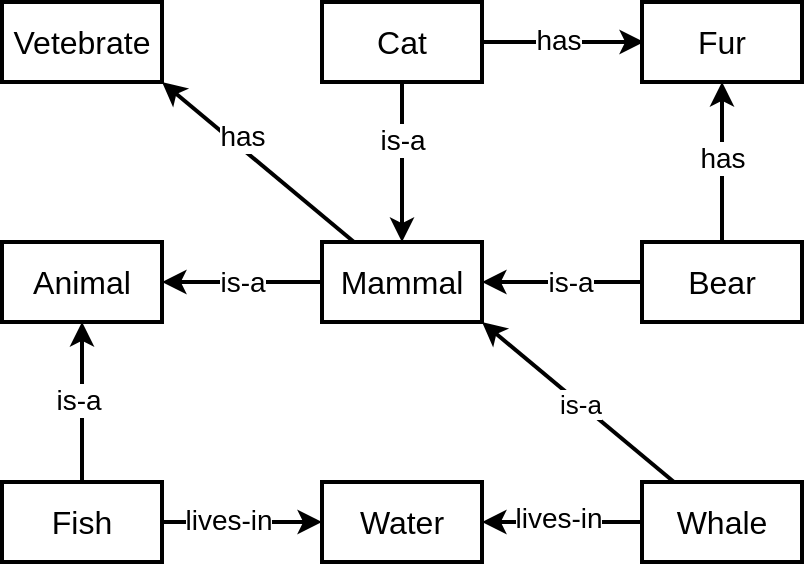
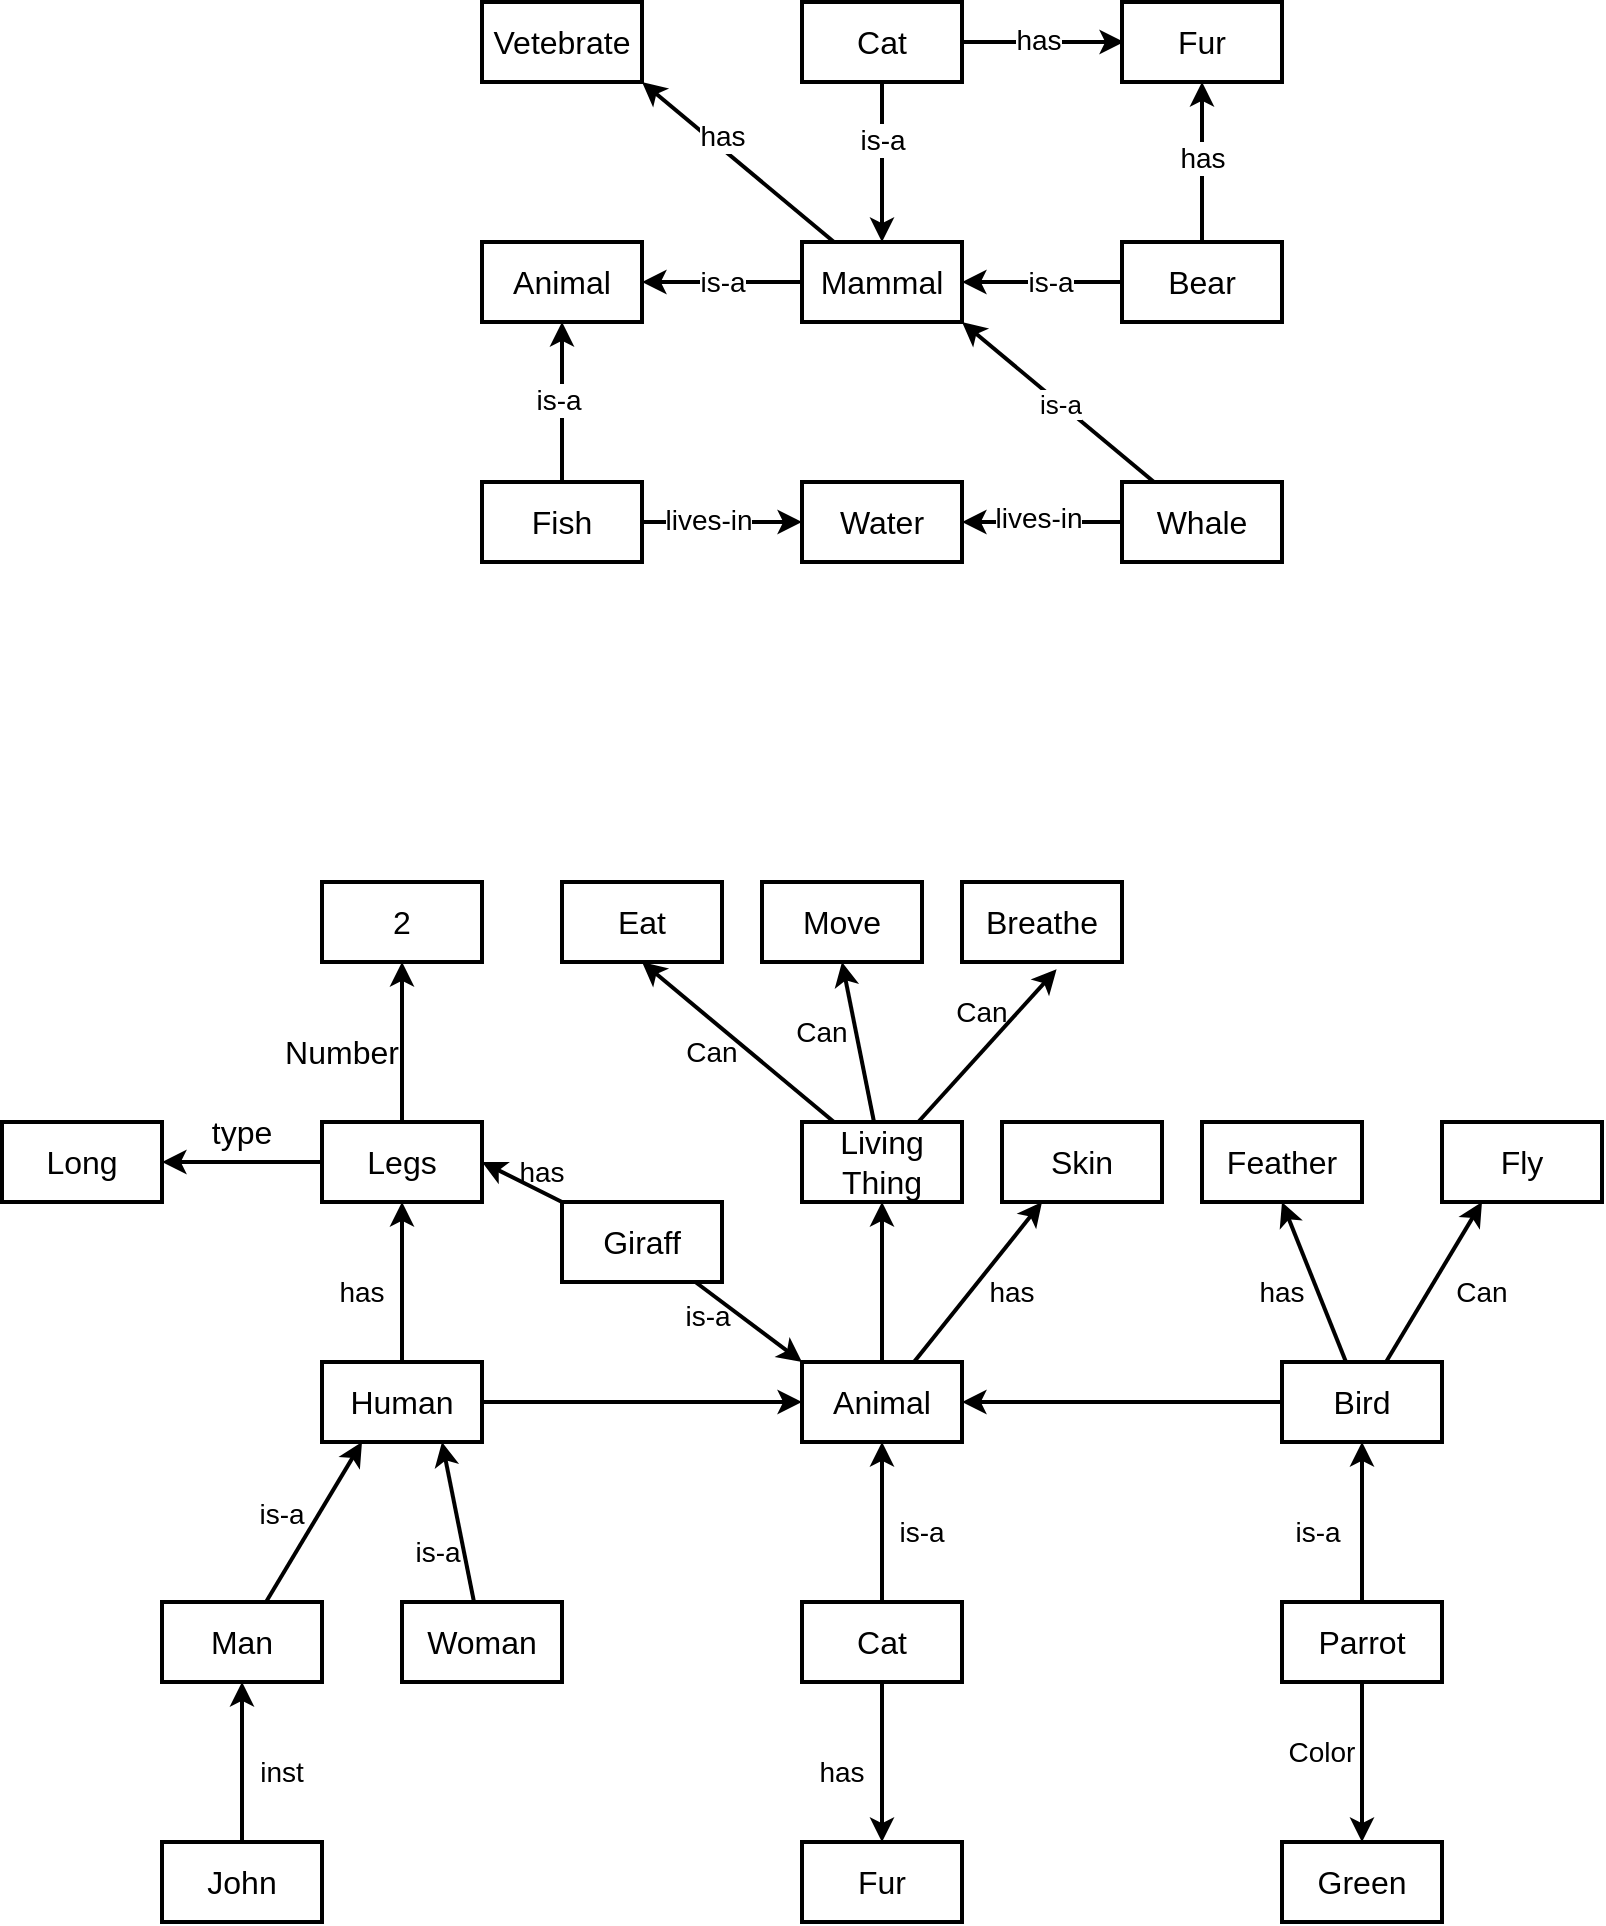
<mxfile host="app.diagrams.net">
  <diagram name="Page-1" id="zuB5N3gROvnHP3K__dKs">
-     <mxGraphModel dx="656" dy="351" grid="1" gridSize="10" guides="1" tooltips="1" connect="1" arrows="1" fold="1" page="1" pageScale="1" pageWidth="850" pageHeight="1100" math="0" shadow="0">
+     <mxGraphModel dx="1644" dy="447" grid="1" gridSize="10" guides="1" tooltips="1" connect="1" arrows="1" fold="1" page="1" pageScale="1" pageWidth="850" pageHeight="1100" math="0" shadow="0">
      <root>
        <mxCell id="0" />
        <mxCell id="1" parent="0" />
        <mxCell id="5Qmdow3gRLg8cGg29jQz-1" parent="1" style="rounded=0;whiteSpace=wrap;html=1;strokeWidth=2;fontSize=16;" value="Vetebrate" vertex="1">
          <mxGeometry height="40" width="80" x="160" y="80" as="geometry" />
        </mxCell>
        <mxCell id="5Qmdow3gRLg8cGg29jQz-3" parent="1" style="rounded=0;whiteSpace=wrap;html=1;strokeWidth=2;fontSize=16;" value="Animal" vertex="1">
          <mxGeometry height="40" width="80" x="160" y="200" as="geometry" />
        </mxCell>
        <mxCell id="5Qmdow3gRLg8cGg29jQz-14" edge="1" parent="1" source="5Qmdow3gRLg8cGg29jQz-4" style="edgeStyle=orthogonalEdgeStyle;rounded=0;orthogonalLoop=1;jettySize=auto;html=1;strokeWidth=2;" target="5Qmdow3gRLg8cGg29jQz-5" value="">
          <mxGeometry relative="1" as="geometry" />
        </mxCell>
        <mxCell id="5nBDzz2SWmlYw0HlG_0L-2" connectable="0" parent="5Qmdow3gRLg8cGg29jQz-14" style="edgeLabel;html=1;align=center;verticalAlign=middle;resizable=0;points=[];fontSize=14;" value="is-a" vertex="1">
          <mxGeometry relative="1" x="-0.275" as="geometry">
            <mxPoint as="offset" />
          </mxGeometry>
        </mxCell>
        <mxCell id="5Qmdow3gRLg8cGg29jQz-15" edge="1" parent="1" style="edgeStyle=orthogonalEdgeStyle;rounded=0;orthogonalLoop=1;jettySize=auto;html=1;strokeWidth=2;" value="">
          <mxGeometry relative="1" as="geometry">
            <mxPoint x="401" y="100" as="sourcePoint" />
            <mxPoint x="481" y="100" as="targetPoint" />
          </mxGeometry>
        </mxCell>
        <mxCell id="5nBDzz2SWmlYw0HlG_0L-4" connectable="0" parent="5Qmdow3gRLg8cGg29jQz-15" style="edgeLabel;html=1;align=center;verticalAlign=middle;resizable=0;points=[];" value="&lt;font style=&quot;font-size: 14px;&quot;&gt;has&lt;/font&gt;" vertex="1">
          <mxGeometry relative="1" x="-0.075" y="1" as="geometry">
            <mxPoint as="offset" />
          </mxGeometry>
        </mxCell>
        <mxCell id="5Qmdow3gRLg8cGg29jQz-4" parent="1" style="rounded=0;whiteSpace=wrap;html=1;strokeWidth=2;fontSize=16;" value="Cat" vertex="1">
          <mxGeometry height="40" width="80" x="320" y="80" as="geometry" />
        </mxCell>
        <mxCell id="5Qmdow3gRLg8cGg29jQz-16" edge="1" parent="1" source="5Qmdow3gRLg8cGg29jQz-5" style="rounded=0;orthogonalLoop=1;jettySize=auto;html=1;entryX=1;entryY=1;entryDx=0;entryDy=0;strokeWidth=2;" target="5Qmdow3gRLg8cGg29jQz-1">
          <mxGeometry relative="1" as="geometry" />
        </mxCell>
        <mxCell id="5nBDzz2SWmlYw0HlG_0L-1" connectable="0" parent="5Qmdow3gRLg8cGg29jQz-16" style="edgeLabel;html=1;align=center;verticalAlign=middle;resizable=0;points=[];fontSize=14;" value="has" vertex="1">
          <mxGeometry relative="1" x="0.2316" y="-5" as="geometry">
            <mxPoint as="offset" />
          </mxGeometry>
        </mxCell>
        <mxCell id="5Qmdow3gRLg8cGg29jQz-22" edge="1" parent="1" source="5Qmdow3gRLg8cGg29jQz-5" style="edgeStyle=orthogonalEdgeStyle;rounded=0;orthogonalLoop=1;jettySize=auto;html=1;strokeWidth=2;" target="5Qmdow3gRLg8cGg29jQz-3" value="">
          <mxGeometry relative="1" as="geometry" />
        </mxCell>
        <mxCell id="5nBDzz2SWmlYw0HlG_0L-13" connectable="0" parent="5Qmdow3gRLg8cGg29jQz-22" style="edgeLabel;html=1;align=center;verticalAlign=middle;resizable=0;points=[];fontSize=14;" value="is-a" vertex="1">
          <mxGeometry relative="1" as="geometry">
            <mxPoint as="offset" />
          </mxGeometry>
        </mxCell>
        <mxCell id="5Qmdow3gRLg8cGg29jQz-5" parent="1" style="rounded=0;whiteSpace=wrap;html=1;strokeWidth=2;fontSize=16;" value="Mammal" vertex="1">
          <mxGeometry height="40" width="80" x="320" y="200" as="geometry" />
        </mxCell>
        <mxCell id="5Qmdow3gRLg8cGg29jQz-6" parent="1" style="rounded=0;whiteSpace=wrap;html=1;strokeWidth=2;fontSize=16;" value="Fur" vertex="1">
          <mxGeometry height="40" width="80" x="480" y="80" as="geometry" />
        </mxCell>
        <mxCell id="5Qmdow3gRLg8cGg29jQz-13" edge="1" parent="1" source="5Qmdow3gRLg8cGg29jQz-7" style="edgeStyle=orthogonalEdgeStyle;rounded=0;orthogonalLoop=1;jettySize=auto;html=1;strokeWidth=2;" target="5Qmdow3gRLg8cGg29jQz-6" value="">
          <mxGeometry relative="1" as="geometry" />
        </mxCell>
        <mxCell id="5nBDzz2SWmlYw0HlG_0L-3" connectable="0" parent="5Qmdow3gRLg8cGg29jQz-13" style="edgeLabel;html=1;align=center;verticalAlign=middle;resizable=0;points=[];" value="&lt;font style=&quot;font-size: 14px;&quot;&gt;has&lt;/font&gt;" vertex="1">
          <mxGeometry relative="1" x="0.05" as="geometry">
            <mxPoint as="offset" />
          </mxGeometry>
        </mxCell>
        <mxCell id="5Qmdow3gRLg8cGg29jQz-17" edge="1" parent="1" source="5Qmdow3gRLg8cGg29jQz-7" style="edgeStyle=orthogonalEdgeStyle;rounded=0;orthogonalLoop=1;jettySize=auto;html=1;strokeWidth=2;" target="5Qmdow3gRLg8cGg29jQz-5" value="">
          <mxGeometry relative="1" as="geometry" />
        </mxCell>
        <mxCell id="5nBDzz2SWmlYw0HlG_0L-5" connectable="0" parent="5Qmdow3gRLg8cGg29jQz-17" style="edgeLabel;html=1;align=center;verticalAlign=middle;resizable=0;points=[];" value="&lt;font style=&quot;font-size: 14px;&quot;&gt;is-a&lt;/font&gt;" vertex="1">
          <mxGeometry relative="1" x="-0.1" as="geometry">
            <mxPoint as="offset" />
          </mxGeometry>
        </mxCell>
        <mxCell id="5Qmdow3gRLg8cGg29jQz-7" parent="1" style="rounded=0;whiteSpace=wrap;html=1;strokeWidth=2;fontSize=16;" value="Bear" vertex="1">
          <mxGeometry height="40" width="80" x="480" y="200" as="geometry" />
        </mxCell>
        <mxCell id="5Qmdow3gRLg8cGg29jQz-18" edge="1" parent="1" source="5Qmdow3gRLg8cGg29jQz-8" style="edgeStyle=orthogonalEdgeStyle;rounded=0;orthogonalLoop=1;jettySize=auto;html=1;strokeWidth=2;" target="5Qmdow3gRLg8cGg29jQz-9" value="">
          <mxGeometry relative="1" as="geometry" />
        </mxCell>
        <mxCell id="5nBDzz2SWmlYw0HlG_0L-7" connectable="0" parent="5Qmdow3gRLg8cGg29jQz-18" style="edgeLabel;html=1;align=center;verticalAlign=middle;resizable=0;points=[];" value="Text" vertex="1">
          <mxGeometry relative="1" y="5" as="geometry">
            <mxPoint y="-5" as="offset" />
          </mxGeometry>
        </mxCell>
        <mxCell id="5nBDzz2SWmlYw0HlG_0L-8" connectable="0" parent="5Qmdow3gRLg8cGg29jQz-18" style="edgeLabel;html=1;align=center;verticalAlign=middle;resizable=0;points=[];fontSize=14;" value="lives-in" vertex="1">
          <mxGeometry relative="1" x="0.05" y="-2" as="geometry">
            <mxPoint as="offset" />
          </mxGeometry>
        </mxCell>
        <mxCell id="5Qmdow3gRLg8cGg29jQz-21" edge="1" parent="1" source="5Qmdow3gRLg8cGg29jQz-8" style="rounded=0;orthogonalLoop=1;jettySize=auto;html=1;entryX=1;entryY=1;entryDx=0;entryDy=0;strokeWidth=2;" target="5Qmdow3gRLg8cGg29jQz-5">
          <mxGeometry relative="1" as="geometry" />
        </mxCell>
        <mxCell id="5nBDzz2SWmlYw0HlG_0L-6" connectable="0" parent="5Qmdow3gRLg8cGg29jQz-21" style="edgeLabel;html=1;align=center;verticalAlign=middle;resizable=0;points=[];" value="&lt;font style=&quot;font-size: 13px;&quot;&gt;is-a&lt;/font&gt;" vertex="1">
          <mxGeometry relative="1" x="-0.0225" as="geometry">
            <mxPoint as="offset" />
          </mxGeometry>
        </mxCell>
        <mxCell id="5Qmdow3gRLg8cGg29jQz-8" parent="1" style="rounded=0;whiteSpace=wrap;html=1;strokeWidth=2;fontSize=16;" value="Whale" vertex="1">
          <mxGeometry height="40" width="80" x="480" y="320" as="geometry" />
        </mxCell>
        <mxCell id="5Qmdow3gRLg8cGg29jQz-9" parent="1" style="rounded=0;whiteSpace=wrap;html=1;strokeWidth=2;fontSize=16;" value="Water" vertex="1">
          <mxGeometry height="40" width="80" x="320" y="320" as="geometry" />
        </mxCell>
        <mxCell id="5Qmdow3gRLg8cGg29jQz-19" edge="1" parent="1" source="5Qmdow3gRLg8cGg29jQz-10" style="edgeStyle=orthogonalEdgeStyle;rounded=0;orthogonalLoop=1;jettySize=auto;html=1;strokeWidth=2;" target="5Qmdow3gRLg8cGg29jQz-9" value="">
          <mxGeometry relative="1" as="geometry" />
        </mxCell>
        <mxCell id="5nBDzz2SWmlYw0HlG_0L-11" connectable="0" parent="5Qmdow3gRLg8cGg29jQz-19" style="edgeLabel;html=1;align=center;verticalAlign=middle;resizable=0;points=[];" value="&lt;font style=&quot;font-size: 14px;&quot;&gt;lives-in&lt;/font&gt;" vertex="1">
          <mxGeometry relative="1" x="-0.175" y="1" as="geometry">
            <mxPoint as="offset" />
          </mxGeometry>
        </mxCell>
        <mxCell id="5Qmdow3gRLg8cGg29jQz-20" edge="1" parent="1" source="5Qmdow3gRLg8cGg29jQz-10" style="edgeStyle=orthogonalEdgeStyle;rounded=0;orthogonalLoop=1;jettySize=auto;html=1;strokeWidth=2;" target="5Qmdow3gRLg8cGg29jQz-3" value="">
          <mxGeometry relative="1" as="geometry" />
        </mxCell>
        <mxCell id="5nBDzz2SWmlYw0HlG_0L-12" connectable="0" parent="5Qmdow3gRLg8cGg29jQz-20" style="edgeLabel;html=1;align=center;verticalAlign=middle;resizable=0;points=[];" value="&lt;font style=&quot;font-size: 14px;&quot;&gt;is-a&lt;/font&gt;" vertex="1">
          <mxGeometry relative="1" x="0.025" y="2" as="geometry">
            <mxPoint as="offset" />
          </mxGeometry>
        </mxCell>
        <mxCell id="5Qmdow3gRLg8cGg29jQz-10" parent="1" style="rounded=0;whiteSpace=wrap;html=1;strokeWidth=2;fontSize=16;" value="Fish" vertex="1">
          <mxGeometry height="40" width="80" x="160" y="320" as="geometry" />
        </mxCell>
+         <mxCell id="yVxsyyMgBO2KdkACi44w-9" edge="1" parent="1" source="yVxsyyMgBO2KdkACi44w-1" style="rounded=0;orthogonalLoop=1;jettySize=auto;html=1;entryX=0.5;entryY=1;entryDx=0;entryDy=0;strokeWidth=2;" target="yVxsyyMgBO2KdkACi44w-2">
+           <mxGeometry relative="1" as="geometry" />
+         </mxCell>
+         <mxCell id="yVxsyyMgBO2KdkACi44w-35" edge="1" parent="1" source="yVxsyyMgBO2KdkACi44w-1" style="rounded=0;orthogonalLoop=1;jettySize=auto;html=1;entryX=0.5;entryY=1;entryDx=0;entryDy=0;strokeWidth=2;" target="yVxsyyMgBO2KdkACi44w-34">
+           <mxGeometry relative="1" as="geometry" />
+         </mxCell>
+         <mxCell id="yVxsyyMgBO2KdkACi44w-1" parent="1" style="rounded=0;whiteSpace=wrap;html=1;strokeWidth=2;fontSize=16;" value="Living Thing" vertex="1">
+           <mxGeometry height="40" width="80" x="320" y="640" as="geometry" />
+         </mxCell>
+         <mxCell id="yVxsyyMgBO2KdkACi44w-2" parent="1" style="rounded=0;whiteSpace=wrap;html=1;strokeWidth=2;fontSize=16;" value="Eat" vertex="1">
+           <mxGeometry height="40" width="80" x="200" y="520" as="geometry" />
+         </mxCell>
+         <mxCell id="yVxsyyMgBO2KdkACi44w-3" parent="1" style="rounded=0;whiteSpace=wrap;html=1;strokeWidth=2;fontSize=16;" value="Breathe" vertex="1">
+           <mxGeometry height="40" width="80" x="400" y="520" as="geometry" />
+         </mxCell>
+         <mxCell id="yVxsyyMgBO2KdkACi44w-12" edge="1" parent="1" source="yVxsyyMgBO2KdkACi44w-4" style="edgeStyle=orthogonalEdgeStyle;rounded=0;orthogonalLoop=1;jettySize=auto;html=1;strokeWidth=2;" target="yVxsyyMgBO2KdkACi44w-5" value="">
+           <mxGeometry relative="1" as="geometry" />
+         </mxCell>
+         <mxCell id="yVxsyyMgBO2KdkACi44w-27" edge="1" parent="1" source="yVxsyyMgBO2KdkACi44w-4" style="rounded=0;orthogonalLoop=1;jettySize=auto;html=1;entryX=0.5;entryY=1;entryDx=0;entryDy=0;strokeWidth=2;" target="yVxsyyMgBO2KdkACi44w-26">
+           <mxGeometry relative="1" as="geometry" />
+         </mxCell>
+         <mxCell id="yVxsyyMgBO2KdkACi44w-4" parent="1" style="rounded=0;whiteSpace=wrap;html=1;strokeWidth=2;fontSize=16;" value="Human" vertex="1">
+           <mxGeometry height="40" width="80" x="80" y="760" as="geometry" />
+         </mxCell>
+         <mxCell id="yVxsyyMgBO2KdkACi44w-21" edge="1" parent="1" source="yVxsyyMgBO2KdkACi44w-5" style="edgeStyle=orthogonalEdgeStyle;rounded=0;orthogonalLoop=1;jettySize=auto;html=1;strokeWidth=2;" target="yVxsyyMgBO2KdkACi44w-1" value="">
+           <mxGeometry relative="1" as="geometry" />
+         </mxCell>
+         <mxCell id="yVxsyyMgBO2KdkACi44w-33" edge="1" parent="1" source="yVxsyyMgBO2KdkACi44w-5" style="rounded=0;orthogonalLoop=1;jettySize=auto;html=1;entryX=0.25;entryY=1;entryDx=0;entryDy=0;strokeWidth=2;" target="yVxsyyMgBO2KdkACi44w-32">
+           <mxGeometry relative="1" as="geometry" />
+         </mxCell>
+         <mxCell id="yVxsyyMgBO2KdkACi44w-5" parent="1" style="rounded=0;whiteSpace=wrap;html=1;strokeWidth=2;fontSize=16;" value="Animal" vertex="1">
+           <mxGeometry height="40" width="80" x="320" y="760" as="geometry" />
+         </mxCell>
+         <mxCell id="yVxsyyMgBO2KdkACi44w-11" edge="1" parent="1" source="yVxsyyMgBO2KdkACi44w-6" style="edgeStyle=orthogonalEdgeStyle;rounded=0;orthogonalLoop=1;jettySize=auto;html=1;strokeWidth=2;" target="yVxsyyMgBO2KdkACi44w-5" value="">
+           <mxGeometry relative="1" as="geometry" />
+         </mxCell>
+         <mxCell id="yVxsyyMgBO2KdkACi44w-24" edge="1" parent="1" source="yVxsyyMgBO2KdkACi44w-6" style="rounded=0;orthogonalLoop=1;jettySize=auto;html=1;entryX=0.5;entryY=1;entryDx=0;entryDy=0;strokeWidth=2;" target="yVxsyyMgBO2KdkACi44w-22">
+           <mxGeometry relative="1" as="geometry" />
+         </mxCell>
+         <mxCell id="yVxsyyMgBO2KdkACi44w-25" edge="1" parent="1" source="yVxsyyMgBO2KdkACi44w-6" style="rounded=0;orthogonalLoop=1;jettySize=auto;html=1;entryX=0.25;entryY=1;entryDx=0;entryDy=0;strokeWidth=2;" target="yVxsyyMgBO2KdkACi44w-23">
+           <mxGeometry relative="1" as="geometry" />
+         </mxCell>
+         <mxCell id="yVxsyyMgBO2KdkACi44w-6" parent="1" style="rounded=0;whiteSpace=wrap;html=1;strokeWidth=2;fontSize=16;" value="Bird" vertex="1">
+           <mxGeometry height="40" width="80" x="560" y="760" as="geometry" />
+         </mxCell>
+         <mxCell id="yVxsyyMgBO2KdkACi44w-13" edge="1" parent="1" source="yVxsyyMgBO2KdkACi44w-7" style="rounded=0;orthogonalLoop=1;jettySize=auto;html=1;entryX=0.25;entryY=1;entryDx=0;entryDy=0;strokeWidth=2;" target="yVxsyyMgBO2KdkACi44w-4">
+           <mxGeometry relative="1" as="geometry" />
+         </mxCell>
+         <mxCell id="yVxsyyMgBO2KdkACi44w-7" parent="1" style="rounded=0;whiteSpace=wrap;html=1;strokeWidth=2;fontSize=16;" value="Man" vertex="1">
+           <mxGeometry height="40" width="80" y="880" as="geometry" />
+         </mxCell>
+         <mxCell id="yVxsyyMgBO2KdkACi44w-14" edge="1" parent="1" source="yVxsyyMgBO2KdkACi44w-8" style="rounded=0;orthogonalLoop=1;jettySize=auto;html=1;entryX=0.75;entryY=1;entryDx=0;entryDy=0;strokeWidth=2;" target="yVxsyyMgBO2KdkACi44w-4">
+           <mxGeometry relative="1" as="geometry" />
+         </mxCell>
+         <mxCell id="yVxsyyMgBO2KdkACi44w-8" parent="1" style="rounded=0;whiteSpace=wrap;html=1;strokeWidth=2;fontSize=16;" value="Woman" vertex="1">
+           <mxGeometry height="40" width="80" x="120" y="880" as="geometry" />
+         </mxCell>
+         <mxCell id="yVxsyyMgBO2KdkACi44w-10" edge="1" parent="1" source="yVxsyyMgBO2KdkACi44w-1" style="rounded=0;orthogonalLoop=1;jettySize=auto;html=1;entryX=0.591;entryY=1.092;entryDx=0;entryDy=0;entryPerimeter=0;strokeWidth=2;" target="yVxsyyMgBO2KdkACi44w-3">
+           <mxGeometry relative="1" as="geometry" />
+         </mxCell>
+         <mxCell id="yVxsyyMgBO2KdkACi44w-16" edge="1" parent="1" source="yVxsyyMgBO2KdkACi44w-15" style="rounded=0;orthogonalLoop=1;jettySize=auto;html=1;entryX=0.5;entryY=1;entryDx=0;entryDy=0;strokeWidth=2;" target="yVxsyyMgBO2KdkACi44w-5">
+           <mxGeometry relative="1" as="geometry" />
+         </mxCell>
+         <mxCell id="yVxsyyMgBO2KdkACi44w-64" edge="1" parent="1" source="yVxsyyMgBO2KdkACi44w-15" style="edgeStyle=orthogonalEdgeStyle;rounded=0;orthogonalLoop=1;jettySize=auto;html=1;strokeWidth=2;" target="yVxsyyMgBO2KdkACi44w-63" value="">
+           <mxGeometry relative="1" as="geometry" />
+         </mxCell>
+         <mxCell id="yVxsyyMgBO2KdkACi44w-15" parent="1" style="rounded=0;whiteSpace=wrap;html=1;strokeWidth=2;fontSize=16;" value="Cat" vertex="1">
+           <mxGeometry height="40" width="80" x="320" y="880" as="geometry" />
+         </mxCell>
+         <mxCell id="yVxsyyMgBO2KdkACi44w-18" edge="1" parent="1" source="yVxsyyMgBO2KdkACi44w-17" style="edgeStyle=orthogonalEdgeStyle;rounded=0;orthogonalLoop=1;jettySize=auto;html=1;entryX=0.5;entryY=1;entryDx=0;entryDy=0;strokeWidth=2;" target="yVxsyyMgBO2KdkACi44w-6">
+           <mxGeometry relative="1" as="geometry" />
+         </mxCell>
+         <mxCell id="yVxsyyMgBO2KdkACi44w-46" edge="1" parent="1" source="yVxsyyMgBO2KdkACi44w-17" style="edgeStyle=orthogonalEdgeStyle;rounded=0;orthogonalLoop=1;jettySize=auto;html=1;strokeWidth=2;" target="yVxsyyMgBO2KdkACi44w-45" value="">
+           <mxGeometry relative="1" as="geometry" />
+         </mxCell>
+         <mxCell id="yVxsyyMgBO2KdkACi44w-17" parent="1" style="rounded=0;whiteSpace=wrap;html=1;strokeWidth=2;fontSize=16;" value="Parrot" vertex="1">
+           <mxGeometry height="40" width="80" x="560" y="880" as="geometry" />
+         </mxCell>
+         <mxCell id="yVxsyyMgBO2KdkACi44w-20" edge="1" parent="1" source="yVxsyyMgBO2KdkACi44w-19" style="edgeStyle=orthogonalEdgeStyle;rounded=0;orthogonalLoop=1;jettySize=auto;html=1;strokeWidth=2;" target="yVxsyyMgBO2KdkACi44w-7" value="">
+           <mxGeometry relative="1" as="geometry" />
+         </mxCell>
+         <mxCell id="yVxsyyMgBO2KdkACi44w-19" parent="1" style="rounded=0;whiteSpace=wrap;html=1;strokeWidth=2;fontSize=16;" value="John" vertex="1">
+           <mxGeometry height="40" width="80" y="1000" as="geometry" />
+         </mxCell>
+         <mxCell id="yVxsyyMgBO2KdkACi44w-22" parent="1" style="rounded=0;whiteSpace=wrap;html=1;strokeWidth=2;fontSize=16;" value="Feather" vertex="1">
+           <mxGeometry height="40" width="80" x="520" y="640" as="geometry" />
+         </mxCell>
+         <mxCell id="yVxsyyMgBO2KdkACi44w-23" parent="1" style="rounded=0;whiteSpace=wrap;html=1;strokeWidth=2;fontSize=16;" value="Fly" vertex="1">
+           <mxGeometry height="40" width="80" x="640" y="640" as="geometry" />
+         </mxCell>
+         <mxCell id="yVxsyyMgBO2KdkACi44w-31" edge="1" parent="1" source="yVxsyyMgBO2KdkACi44w-26" style="edgeStyle=orthogonalEdgeStyle;rounded=0;orthogonalLoop=1;jettySize=auto;html=1;strokeWidth=2;" target="yVxsyyMgBO2KdkACi44w-28" value="">
+           <mxGeometry relative="1" as="geometry" />
+         </mxCell>
+         <mxCell id="yVxsyyMgBO2KdkACi44w-55" edge="1" parent="1" source="yVxsyyMgBO2KdkACi44w-26" style="edgeStyle=orthogonalEdgeStyle;rounded=0;orthogonalLoop=1;jettySize=auto;html=1;strokeWidth=2;" target="yVxsyyMgBO2KdkACi44w-54" value="">
+           <mxGeometry relative="1" as="geometry" />
+         </mxCell>
+         <mxCell id="yVxsyyMgBO2KdkACi44w-26" parent="1" style="rounded=0;whiteSpace=wrap;html=1;strokeWidth=2;fontSize=16;" value="Legs" vertex="1">
+           <mxGeometry height="40" width="80" x="80" y="640" as="geometry" />
+         </mxCell>
+         <mxCell id="yVxsyyMgBO2KdkACi44w-28" parent="1" style="rounded=0;whiteSpace=wrap;html=1;strokeWidth=2;fontSize=16;" value="2" vertex="1">
+           <mxGeometry height="40" width="80" x="80" y="520" as="geometry" />
+         </mxCell>
+         <mxCell id="yVxsyyMgBO2KdkACi44w-32" parent="1" style="rounded=0;whiteSpace=wrap;html=1;strokeWidth=2;fontSize=16;" value="Skin" vertex="1">
+           <mxGeometry height="40" width="80" x="420" y="640" as="geometry" />
+         </mxCell>
+         <mxCell id="yVxsyyMgBO2KdkACi44w-34" parent="1" style="rounded=0;whiteSpace=wrap;html=1;strokeWidth=2;fontSize=16;" value="Move" vertex="1">
+           <mxGeometry height="40" width="80" x="300" y="520" as="geometry" />
+         </mxCell>
+         <mxCell id="yVxsyyMgBO2KdkACi44w-36" parent="1" style="text;html=1;whiteSpace=wrap;strokeColor=none;fillColor=none;align=center;verticalAlign=middle;rounded=0;fontSize=16;" value="Number" vertex="1">
+           <mxGeometry height="30" width="60" x="60" y="590" as="geometry" />
+         </mxCell>
+         <mxCell id="yVxsyyMgBO2KdkACi44w-37" parent="1" style="text;html=1;whiteSpace=wrap;strokeColor=none;fillColor=none;align=center;verticalAlign=middle;rounded=0;fontSize=14;" value="Can" vertex="1">
+           <mxGeometry height="30" width="60" x="245" y="590" as="geometry" />
+         </mxCell>
+         <mxCell id="yVxsyyMgBO2KdkACi44w-38" parent="1" style="text;html=1;whiteSpace=wrap;strokeColor=none;fillColor=none;align=center;verticalAlign=middle;rounded=0;fontSize=14;" value="Can" vertex="1">
+           <mxGeometry height="30" width="60" x="300" y="580" as="geometry" />
+         </mxCell>
+         <mxCell id="yVxsyyMgBO2KdkACi44w-39" parent="1" style="text;html=1;whiteSpace=wrap;strokeColor=none;fillColor=none;align=center;verticalAlign=middle;rounded=0;fontSize=14;" value="Can" vertex="1">
+           <mxGeometry height="30" width="60" x="380" y="570" as="geometry" />
+         </mxCell>
+         <mxCell id="yVxsyyMgBO2KdkACi44w-40" parent="1" style="text;html=1;whiteSpace=wrap;strokeColor=none;fillColor=none;align=center;verticalAlign=middle;rounded=0;fontSize=14;" value="has" vertex="1">
+           <mxGeometry height="30" width="60" x="310" y="950" as="geometry" />
+         </mxCell>
+         <mxCell id="yVxsyyMgBO2KdkACi44w-41" parent="1" style="text;html=1;whiteSpace=wrap;strokeColor=none;fillColor=none;align=center;verticalAlign=middle;rounded=0;fontSize=14;" value="has" vertex="1">
+           <mxGeometry height="30" width="60" x="70" y="710" as="geometry" />
+         </mxCell>
+         <mxCell id="yVxsyyMgBO2KdkACi44w-42" parent="1" style="text;html=1;whiteSpace=wrap;strokeColor=none;fillColor=none;align=center;verticalAlign=middle;rounded=0;fontSize=14;" value="has" vertex="1">
+           <mxGeometry height="30" width="60" x="395" y="710" as="geometry" />
+         </mxCell>
+         <mxCell id="yVxsyyMgBO2KdkACi44w-43" parent="1" style="text;html=1;whiteSpace=wrap;strokeColor=none;fillColor=none;align=center;verticalAlign=middle;rounded=0;fontSize=14;" value="has" vertex="1">
+           <mxGeometry height="30" width="60" x="530" y="710" as="geometry" />
+         </mxCell>
+         <mxCell id="yVxsyyMgBO2KdkACi44w-44" parent="1" style="text;html=1;whiteSpace=wrap;strokeColor=none;fillColor=none;align=center;verticalAlign=middle;rounded=0;fontSize=14;" value="Can" vertex="1">
+           <mxGeometry height="30" width="60" x="630" y="710" as="geometry" />
+         </mxCell>
+         <mxCell id="yVxsyyMgBO2KdkACi44w-45" parent="1" style="rounded=0;whiteSpace=wrap;html=1;strokeWidth=2;fontSize=16;" value="Green" vertex="1">
+           <mxGeometry height="40" width="80" x="560" y="1000" as="geometry" />
+         </mxCell>
+         <mxCell id="yVxsyyMgBO2KdkACi44w-50" edge="1" parent="1" source="yVxsyyMgBO2KdkACi44w-48" style="rounded=0;orthogonalLoop=1;jettySize=auto;html=1;entryX=0;entryY=0;entryDx=0;entryDy=0;strokeWidth=2;" target="yVxsyyMgBO2KdkACi44w-5">
+           <mxGeometry relative="1" as="geometry" />
+         </mxCell>
+         <mxCell id="yVxsyyMgBO2KdkACi44w-52" edge="1" parent="1" source="yVxsyyMgBO2KdkACi44w-48" style="rounded=0;orthogonalLoop=1;jettySize=auto;html=1;entryX=1;entryY=0.5;entryDx=0;entryDy=0;strokeWidth=2;" target="yVxsyyMgBO2KdkACi44w-26">
+           <mxGeometry relative="1" as="geometry" />
+         </mxCell>
+         <mxCell id="yVxsyyMgBO2KdkACi44w-48" parent="1" style="rounded=0;whiteSpace=wrap;html=1;strokeWidth=2;fontSize=16;" value="Giraff" vertex="1">
+           <mxGeometry height="40" width="80" x="200" y="680" as="geometry" />
+         </mxCell>
+         <mxCell id="yVxsyyMgBO2KdkACi44w-51" parent="1" style="text;html=1;whiteSpace=wrap;strokeColor=none;fillColor=none;align=center;verticalAlign=middle;rounded=0;fontSize=14;" value="is-a" vertex="1">
+           <mxGeometry height="30" width="60" x="243" y="722" as="geometry" />
+         </mxCell>
+         <mxCell id="yVxsyyMgBO2KdkACi44w-53" parent="1" style="text;html=1;whiteSpace=wrap;strokeColor=none;fillColor=none;align=center;verticalAlign=middle;rounded=0;fontSize=14;" value="has" vertex="1">
+           <mxGeometry height="30" width="60" x="160" y="650" as="geometry" />
+         </mxCell>
+         <mxCell id="yVxsyyMgBO2KdkACi44w-54" parent="1" style="rounded=0;whiteSpace=wrap;html=1;strokeWidth=2;fontSize=16;" value="Long" vertex="1">
+           <mxGeometry height="40" width="80" x="-80" y="640" as="geometry" />
+         </mxCell>
+         <mxCell id="yVxsyyMgBO2KdkACi44w-56" parent="1" style="text;html=1;whiteSpace=wrap;strokeColor=none;fillColor=none;align=center;verticalAlign=middle;rounded=0;fontSize=16;" value="type" vertex="1">
+           <mxGeometry height="30" width="60" x="10" y="630" as="geometry" />
+         </mxCell>
+         <mxCell id="yVxsyyMgBO2KdkACi44w-57" parent="1" style="text;html=1;whiteSpace=wrap;strokeColor=none;fillColor=none;align=center;verticalAlign=middle;rounded=0;fontSize=14;" value="is-a" vertex="1">
+           <mxGeometry height="30" width="60" x="350" y="830" as="geometry" />
+         </mxCell>
+         <mxCell id="yVxsyyMgBO2KdkACi44w-58" parent="1" style="text;html=1;whiteSpace=wrap;strokeColor=none;fillColor=none;align=center;verticalAlign=middle;rounded=0;fontSize=14;" value="is-a" vertex="1">
+           <mxGeometry height="30" width="60" x="548" y="830" as="geometry" />
+         </mxCell>
+         <mxCell id="yVxsyyMgBO2KdkACi44w-59" parent="1" style="text;html=1;whiteSpace=wrap;strokeColor=none;fillColor=none;align=center;verticalAlign=middle;rounded=0;fontSize=14;" value="is-a" vertex="1">
+           <mxGeometry height="30" width="60" x="30" y="821" as="geometry" />
+         </mxCell>
+         <mxCell id="yVxsyyMgBO2KdkACi44w-60" parent="1" style="text;html=1;whiteSpace=wrap;strokeColor=none;fillColor=none;align=center;verticalAlign=middle;rounded=0;fontSize=14;" value="is-a" vertex="1">
+           <mxGeometry height="30" width="60" x="108" y="840" as="geometry" />
+         </mxCell>
+         <mxCell id="yVxsyyMgBO2KdkACi44w-61" parent="1" style="text;html=1;whiteSpace=wrap;strokeColor=none;fillColor=none;align=center;verticalAlign=middle;rounded=0;fontSize=14;" value="inst" vertex="1">
+           <mxGeometry height="30" width="60" x="30" y="950" as="geometry" />
+         </mxCell>
+         <mxCell id="yVxsyyMgBO2KdkACi44w-62" parent="1" style="text;html=1;whiteSpace=wrap;strokeColor=none;fillColor=none;align=center;verticalAlign=middle;rounded=0;fontSize=14;" value="Color" vertex="1">
+           <mxGeometry height="30" width="60" x="550" y="940" as="geometry" />
+         </mxCell>
+         <mxCell id="yVxsyyMgBO2KdkACi44w-63" parent="1" style="rounded=0;whiteSpace=wrap;html=1;strokeWidth=2;fontSize=16;" value="Fur" vertex="1">
+           <mxGeometry height="40" width="80" x="320" y="1000" as="geometry" />
+         </mxCell>
      </root>
    </mxGraphModel>
  </diagram>
</mxfile>
